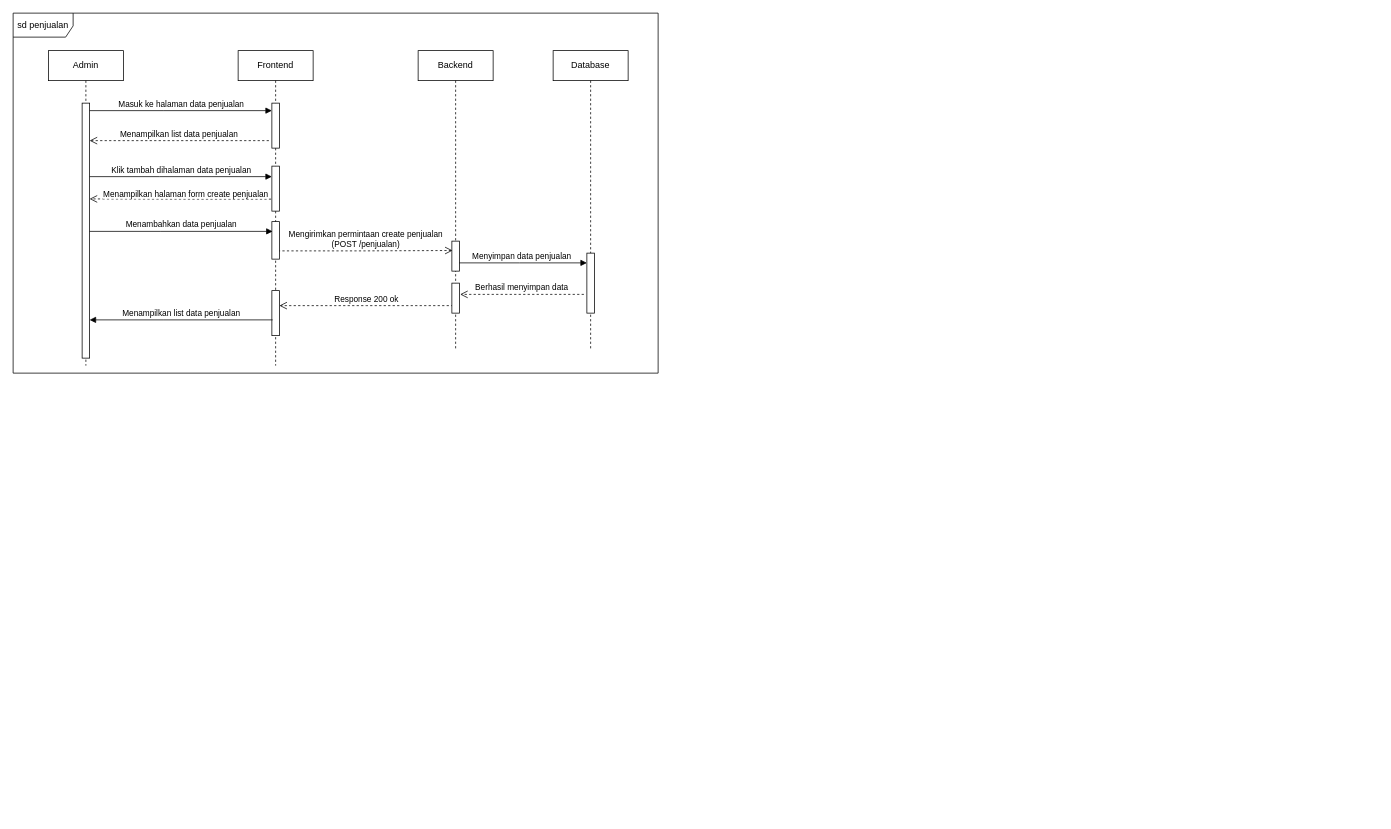
The draw.io diagram page "Halaman-12" (12 of 12) of Sequence.drawio in sintariaulia/Diagram, before the edit. Source tidied: cells renumbered, new cells numbered last; positions are measured from the earlier drawing's top-left corner, leaving out a move shared by most shapes. Both pictures are drawn from the tidied source at 75%, with x=0, y=0 at pixel (13, 13).
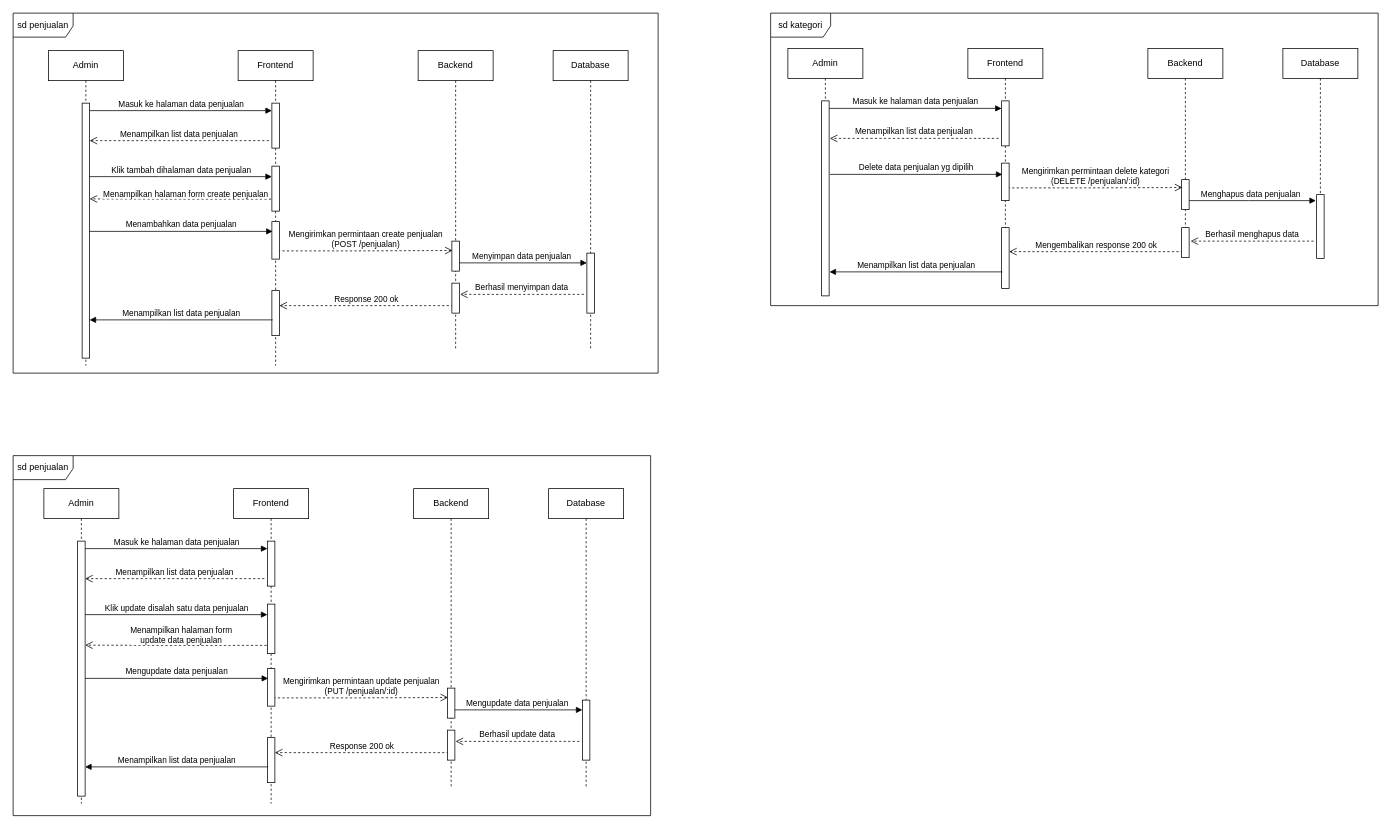
The same page after the edit.

Change to the diagram source:
```diff
@@
+    <mxCell id="25" value="Response 200 ok" style="html=1;verticalAlign=bottom;endArrow=open;dashed=1;endSize=8;edgeStyle=elbowEdgeStyle;elbow=horizontal;curved=0;rounded=0;" parent="1" edge="1">
+      <mxGeometry relative="1" as="geometry">
+        <mxPoint x="581" y="986" as="sourcePoint" />
+        <mxPoint x="349" y="986" as="targetPoint" />
+      </mxGeometry>
+    </mxCell>
+    <mxCell id="26" value="Mengupdate data penjualan" style="html=1;verticalAlign=bottom;endArrow=block;edgeStyle=elbowEdgeStyle;elbow=horizontal;curved=0;rounded=0;" parent="1" edge="1">
+      <mxGeometry relative="1" as="geometry">
+        <mxPoint x="584" y="929" as="sourcePoint" />
+        <mxPoint x="759" y="929" as="targetPoint" />
+        <Array as="points">
+          <mxPoint x="669" y="929" />
+        </Array>
+      </mxGeometry>
+    </mxCell>
+    <mxCell id="27" value="Mengirimkan permintaan update penjualan&lt;br&gt;(PUT /penjualan/:id)" style="html=1;verticalAlign=bottom;endArrow=open;dashed=1;endSize=8;edgeStyle=elbowEdgeStyle;elbow=horizontal;curved=0;rounded=0;entryX=-0.2;entryY=0.37;entryDx=0;entryDy=0;entryPerimeter=0;" parent="1" edge="1">
+      <mxGeometry relative="1" as="geometry">
+        <mxPoint x="347" y="913" as="sourcePoint" />
+        <mxPoint x="580" y="912.5" as="targetPoint" />
+      </mxGeometry>
+    </mxCell>
+    <mxCell id="28" value="Admin" style="shape=umlLifeline;perimeter=lifelinePerimeter;whiteSpace=wrap;html=1;newEdgeStyle={&quot;edgeStyle&quot;:&quot;elbowEdgeStyle&quot;,&quot;elbow&quot;:&quot;vertical&quot;,&quot;curved&quot;:0,&quot;rounded&quot;:0};" parent="1" vertex="1">
+      <mxGeometry x="41" y="634" width="100" height="420" as="geometry" />
+    </mxCell>
+    <mxCell id="29" style="html=1;points=[];perimeter=orthogonalPerimeter;outlineConnect=0;targetShapes=umlLifeline;portConstraint=eastwest;newEdgeStyle={&quot;edgeStyle&quot;:&quot;elbowEdgeStyle&quot;,&quot;elbow&quot;:&quot;vertical&quot;,&quot;curved&quot;:0,&quot;rounded&quot;:0};" parent="28" vertex="1">
+      <mxGeometry x="45" y="70" width="10" height="340" as="geometry" />
+    </mxCell>
+    <mxCell id="30" value="Frontend" style="shape=umlLifeline;perimeter=lifelinePerimeter;whiteSpace=wrap;html=1;newEdgeStyle={&quot;edgeStyle&quot;:&quot;elbowEdgeStyle&quot;,&quot;elbow&quot;:&quot;vertical&quot;,&quot;curved&quot;:0,&quot;rounded&quot;:0};" parent="1" vertex="1">
+      <mxGeometry x="294" y="634" width="100" height="420" as="geometry" />
+    </mxCell>
+    <mxCell id="31" style="html=1;points=[];perimeter=orthogonalPerimeter;outlineConnect=0;targetShapes=umlLifeline;portConstraint=eastwest;newEdgeStyle={&quot;edgeStyle&quot;:&quot;elbowEdgeStyle&quot;,&quot;elbow&quot;:&quot;vertical&quot;,&quot;curved&quot;:0,&quot;rounded&quot;:0};" parent="30" vertex="1">
+      <mxGeometry x="45" y="70" width="10" height="60" as="geometry" />
+    </mxCell>
+    <mxCell id="32" style="html=1;perimeter=orthogonalPerimeter;targetShapes=umlLifeline;newEdgeStyle={&quot;edgeStyle&quot;:&quot;elbowEdgeStyle&quot;,&quot;elbow&quot;:&quot;vertical&quot;,&quot;curved&quot;:0,&quot;rounded&quot;:0};" parent="30" vertex="1">
+      <mxGeometry x="45" y="240" width="10" height="50" as="geometry" />
+    </mxCell>
+    <mxCell id="33" style="html=1;perimeter=orthogonalPerimeter;targetShapes=umlLifeline;newEdgeStyle={&quot;edgeStyle&quot;:&quot;elbowEdgeStyle&quot;,&quot;elbow&quot;:&quot;vertical&quot;,&quot;curved&quot;:0,&quot;rounded&quot;:0};" parent="30" vertex="1">
+      <mxGeometry x="45" y="332" width="10" height="60" as="geometry" />
+    </mxCell>
+    <mxCell id="34" style="html=1;perimeter=orthogonalPerimeter;targetShapes=umlLifeline;newEdgeStyle={&quot;edgeStyle&quot;:&quot;elbowEdgeStyle&quot;,&quot;elbow&quot;:&quot;vertical&quot;,&quot;curved&quot;:0,&quot;rounded&quot;:0};" parent="30" vertex="1">
+      <mxGeometry x="45" y="154" width="10" height="66" as="geometry" />
+    </mxCell>
+    <mxCell id="35" value="Masuk ke halaman data penjualan" style="html=1;verticalAlign=bottom;endArrow=block;edgeStyle=elbowEdgeStyle;elbow=horizontal;curved=0;rounded=0;" parent="1" edge="1" source="29" target="31">
+      <mxGeometry relative="1" as="geometry">
+        <Array as="points">
+          <mxPoint x="194" y="714" />
+        </Array>
+      </mxGeometry>
+    </mxCell>
+    <mxCell id="36" value="Menampilkan halaman form &lt;br&gt;update data penjualan" style="html=1;verticalAlign=bottom;endArrow=open;dashed=1;endSize=8;edgeStyle=elbowEdgeStyle;elbow=horizontal;curved=0;rounded=0;entryX=0.8;entryY=0.399;entryDx=0;entryDy=0;entryPerimeter=0;" parent="1" edge="1">
+      <mxGeometry x="-0.06" y="2" relative="1" as="geometry">
+        <mxPoint x="338" y="843" as="sourcePoint" />
+        <mxPoint x="96" y="842.7" as="targetPoint" />
+      </mxGeometry>
+    </mxCell>
+    <mxCell id="37" value="Backend" style="shape=umlLifeline;perimeter=lifelinePerimeter;whiteSpace=wrap;html=1;newEdgeStyle={&quot;edgeStyle&quot;:&quot;elbowEdgeStyle&quot;,&quot;elbow&quot;:&quot;vertical&quot;,&quot;curved&quot;:0,&quot;rounded&quot;:0};" parent="1" vertex="1">
+      <mxGeometry x="534" y="634" width="100" height="400" as="geometry" />
+    </mxCell>
+    <mxCell id="38" style="html=1;perimeter=orthogonalPerimeter;targetShapes=umlLifeline;newEdgeStyle={&quot;edgeStyle&quot;:&quot;elbowEdgeStyle&quot;,&quot;elbow&quot;:&quot;vertical&quot;,&quot;curved&quot;:0,&quot;rounded&quot;:0};" parent="37" vertex="1">
+      <mxGeometry x="45" y="266" width="10" height="40" as="geometry" />
+    </mxCell>
+    <mxCell id="39" style="html=1;perimeter=orthogonalPerimeter;targetShapes=umlLifeline;newEdgeStyle={&quot;edgeStyle&quot;:&quot;elbowEdgeStyle&quot;,&quot;elbow&quot;:&quot;vertical&quot;,&quot;curved&quot;:0,&quot;rounded&quot;:0};" parent="37" vertex="1">
+      <mxGeometry x="45" y="322" width="10" height="40" as="geometry" />
+    </mxCell>
+    <mxCell id="40" value="Database" style="shape=umlLifeline;perimeter=lifelinePerimeter;whiteSpace=wrap;html=1;newEdgeStyle={&quot;edgeStyle&quot;:&quot;elbowEdgeStyle&quot;,&quot;elbow&quot;:&quot;vertical&quot;,&quot;curved&quot;:0,&quot;rounded&quot;:0};" parent="1" vertex="1">
+      <mxGeometry x="714" y="634" width="100" height="400" as="geometry" />
+    </mxCell>
+    <mxCell id="41" style="html=1;perimeter=orthogonalPerimeter;targetShapes=umlLifeline;newEdgeStyle={&quot;edgeStyle&quot;:&quot;elbowEdgeStyle&quot;,&quot;elbow&quot;:&quot;vertical&quot;,&quot;curved&quot;:0,&quot;rounded&quot;:0};" parent="40" vertex="1">
+      <mxGeometry x="45" y="282" width="10" height="80" as="geometry" />
+    </mxCell>
+    <mxCell id="42" value="Menampilkan list data penjualan" style="html=1;verticalAlign=bottom;endArrow=open;dashed=1;endSize=8;edgeStyle=elbowEdgeStyle;elbow=vertical;curved=0;rounded=0;" parent="1" edge="1" target="29">
+      <mxGeometry relative="1" as="geometry">
+        <mxPoint x="335" y="754" as="sourcePoint" />
+      </mxGeometry>
+    </mxCell>
+    <mxCell id="43" value="Klik update disalah satu data penjualan" style="html=1;verticalAlign=bottom;endArrow=block;edgeStyle=elbowEdgeStyle;elbow=horizontal;curved=0;rounded=0;" parent="1" edge="1" source="29">
+      <mxGeometry relative="1" as="geometry">
+        <mxPoint x="339" y="802" as="targetPoint" />
+        <Array as="points">
+          <mxPoint x="189" y="802" />
+        </Array>
+      </mxGeometry>
+    </mxCell>
+    <mxCell id="44" value="Mengupdate data penjualan" style="html=1;verticalAlign=bottom;endArrow=block;edgeStyle=elbowEdgeStyle;elbow=horizontal;curved=0;rounded=0;" parent="1" edge="1">
+      <mxGeometry relative="1" as="geometry">
+        <mxPoint x="96" y="887" as="sourcePoint" />
+        <mxPoint x="340" y="887" as="targetPoint" />
+        <Array as="points">
+          <mxPoint x="190" y="887" />
+        </Array>
+      </mxGeometry>
+    </mxCell>
+    <mxCell id="45" value="Berhasil update data" style="html=1;verticalAlign=bottom;endArrow=open;dashed=1;endSize=8;edgeStyle=elbowEdgeStyle;elbow=horizontal;curved=0;rounded=0;" parent="1" edge="1">
+      <mxGeometry relative="1" as="geometry">
+        <mxPoint x="755" y="971" as="sourcePoint" />
+        <mxPoint x="590" y="971" as="targetPoint" />
+      </mxGeometry>
+    </mxCell>
+    <mxCell id="46" value="Menampilkan list data penjualan" style="html=1;verticalAlign=bottom;endArrow=block;edgeStyle=elbowEdgeStyle;elbow=horizontal;curved=0;rounded=0;" parent="1" edge="1">
+      <mxGeometry relative="1" as="geometry">
+        <mxPoint x="340" y="1005" as="sourcePoint" />
+        <mxPoint x="96" y="1005" as="targetPoint" />
+        <Array as="points">
+          <mxPoint x="195" y="1005" />
+        </Array>
+      </mxGeometry>
+    </mxCell>
+    <mxCell id="47" value="sd penjualan" style="shape=umlFrame;whiteSpace=wrap;html=1;width=80;height=32;" parent="1" vertex="1">
+      <mxGeometry y="590" width="850" height="480" as="geometry" />
+    </mxCell>
+    <mxCell id="48" value="Mengembalikan response 200 ok" style="html=1;verticalAlign=bottom;endArrow=open;dashed=1;endSize=8;edgeStyle=elbowEdgeStyle;elbow=horizontal;curved=0;rounded=0;" parent="1" edge="1">
+      <mxGeometry relative="1" as="geometry">
+        <mxPoint x="1560" y="318" as="sourcePoint" />
+        <mxPoint x="1328" y="318" as="targetPoint" />
+      </mxGeometry>
+    </mxCell>
+    <mxCell id="49" value="Menghapus data penjualan" style="html=1;verticalAlign=bottom;endArrow=block;edgeStyle=elbowEdgeStyle;elbow=horizontal;curved=0;rounded=0;" parent="1" edge="1">
+      <mxGeometry relative="1" as="geometry">
+        <mxPoint x="1562" y="250" as="sourcePoint" />
+        <mxPoint x="1737" y="250" as="targetPoint" />
+        <Array as="points">
+          <mxPoint x="1647" y="250" />
+        </Array>
+      </mxGeometry>
+    </mxCell>
+    <mxCell id="50" value="Mengirimkan permintaan delete kategori&lt;br&gt;(DELETE /penjualan/:id)" style="html=1;verticalAlign=bottom;endArrow=open;dashed=1;endSize=8;edgeStyle=elbowEdgeStyle;elbow=horizontal;curved=0;rounded=0;entryX=-0.2;entryY=0.37;entryDx=0;entryDy=0;entryPerimeter=0;" parent="1" edge="1">
+      <mxGeometry relative="1" as="geometry">
+        <mxPoint x="1326" y="233" as="sourcePoint" />
+        <mxPoint x="1559" y="232.5" as="targetPoint" />
+      </mxGeometry>
+    </mxCell>
+    <mxCell id="51" value="Admin" style="shape=umlLifeline;perimeter=lifelinePerimeter;whiteSpace=wrap;html=1;newEdgeStyle={&quot;edgeStyle&quot;:&quot;elbowEdgeStyle&quot;,&quot;elbow&quot;:&quot;vertical&quot;,&quot;curved&quot;:0,&quot;rounded&quot;:0};" parent="1" vertex="1">
+      <mxGeometry x="1033" y="47" width="100" height="330" as="geometry" />
+    </mxCell>
+    <mxCell id="52" style="html=1;points=[];perimeter=orthogonalPerimeter;outlineConnect=0;targetShapes=umlLifeline;portConstraint=eastwest;newEdgeStyle={&quot;edgeStyle&quot;:&quot;elbowEdgeStyle&quot;,&quot;elbow&quot;:&quot;vertical&quot;,&quot;curved&quot;:0,&quot;rounded&quot;:0};" parent="51" vertex="1">
+      <mxGeometry x="45" y="70" width="10" height="260" as="geometry" />
+    </mxCell>
+    <mxCell id="53" value="Frontend" style="shape=umlLifeline;perimeter=lifelinePerimeter;whiteSpace=wrap;html=1;newEdgeStyle={&quot;edgeStyle&quot;:&quot;elbowEdgeStyle&quot;,&quot;elbow&quot;:&quot;vertical&quot;,&quot;curved&quot;:0,&quot;rounded&quot;:0};" parent="1" vertex="1">
+      <mxGeometry x="1273" y="47" width="100" height="320" as="geometry" />
+    </mxCell>
+    <mxCell id="54" style="html=1;points=[];perimeter=orthogonalPerimeter;outlineConnect=0;targetShapes=umlLifeline;portConstraint=eastwest;newEdgeStyle={&quot;edgeStyle&quot;:&quot;elbowEdgeStyle&quot;,&quot;elbow&quot;:&quot;vertical&quot;,&quot;curved&quot;:0,&quot;rounded&quot;:0};" parent="53" vertex="1">
+      <mxGeometry x="45" y="70" width="10" height="60" as="geometry" />
+    </mxCell>
+    <mxCell id="55" style="html=1;perimeter=orthogonalPerimeter;targetShapes=umlLifeline;newEdgeStyle={&quot;edgeStyle&quot;:&quot;elbowEdgeStyle&quot;,&quot;elbow&quot;:&quot;vertical&quot;,&quot;curved&quot;:0,&quot;rounded&quot;:0};" parent="53" vertex="1">
+      <mxGeometry x="45" y="153" width="10" height="50" as="geometry" />
+    </mxCell>
+    <mxCell id="56" style="html=1;perimeter=orthogonalPerimeter;targetShapes=umlLifeline;newEdgeStyle={&quot;edgeStyle&quot;:&quot;elbowEdgeStyle&quot;,&quot;elbow&quot;:&quot;vertical&quot;,&quot;curved&quot;:0,&quot;rounded&quot;:0};" parent="53" vertex="1">
+      <mxGeometry x="45" y="239" width="10" height="81" as="geometry" />
+    </mxCell>
+    <mxCell id="57" value="Masuk ke halaman data penjualan" style="html=1;verticalAlign=bottom;endArrow=block;edgeStyle=elbowEdgeStyle;elbow=horizontal;curved=0;rounded=0;" parent="1" edge="1" source="52" target="54">
+      <mxGeometry relative="1" as="geometry">
+        <Array as="points">
+          <mxPoint x="1173" y="127" />
+        </Array>
+      </mxGeometry>
+    </mxCell>
+    <mxCell id="58" value="Backend" style="shape=umlLifeline;perimeter=lifelinePerimeter;whiteSpace=wrap;html=1;newEdgeStyle={&quot;edgeStyle&quot;:&quot;elbowEdgeStyle&quot;,&quot;elbow&quot;:&quot;vertical&quot;,&quot;curved&quot;:0,&quot;rounded&quot;:0};" parent="1" vertex="1">
+      <mxGeometry x="1513" y="47" width="100" height="270" as="geometry" />
+    </mxCell>
+    <mxCell id="59" style="html=1;perimeter=orthogonalPerimeter;targetShapes=umlLifeline;newEdgeStyle={&quot;edgeStyle&quot;:&quot;elbowEdgeStyle&quot;,&quot;elbow&quot;:&quot;vertical&quot;,&quot;curved&quot;:0,&quot;rounded&quot;:0};" parent="58" vertex="1">
+      <mxGeometry x="45" y="175" width="10" height="40" as="geometry" />
+    </mxCell>
+    <mxCell id="60" style="html=1;perimeter=orthogonalPerimeter;targetShapes=umlLifeline;newEdgeStyle={&quot;edgeStyle&quot;:&quot;elbowEdgeStyle&quot;,&quot;elbow&quot;:&quot;vertical&quot;,&quot;curved&quot;:0,&quot;rounded&quot;:0};" parent="58" vertex="1">
+      <mxGeometry x="45" y="239" width="10" height="40" as="geometry" />
+    </mxCell>
+    <mxCell id="61" value="Database" style="shape=umlLifeline;perimeter=lifelinePerimeter;whiteSpace=wrap;html=1;newEdgeStyle={&quot;edgeStyle&quot;:&quot;elbowEdgeStyle&quot;,&quot;elbow&quot;:&quot;vertical&quot;,&quot;curved&quot;:0,&quot;rounded&quot;:0};" parent="1" vertex="1">
+      <mxGeometry x="1693" y="47" width="100" height="280" as="geometry" />
+    </mxCell>
+    <mxCell id="62" style="html=1;perimeter=orthogonalPerimeter;targetShapes=umlLifeline;newEdgeStyle={&quot;edgeStyle&quot;:&quot;elbowEdgeStyle&quot;,&quot;elbow&quot;:&quot;vertical&quot;,&quot;curved&quot;:0,&quot;rounded&quot;:0};" parent="61" vertex="1">
+      <mxGeometry x="45" y="195" width="10" height="85" as="geometry" />
+    </mxCell>
+    <mxCell id="63" value="Menampilkan list data penjualan" style="html=1;verticalAlign=bottom;endArrow=open;dashed=1;endSize=8;edgeStyle=elbowEdgeStyle;elbow=vertical;curved=0;rounded=0;" parent="1" edge="1">
+      <mxGeometry relative="1" as="geometry">
+        <mxPoint x="1314" y="167" as="sourcePoint" />
+        <mxPoint x="1089" y="167" as="targetPoint" />
+      </mxGeometry>
+    </mxCell>
+    <mxCell id="64" value="Delete data penjualan yg dipilih" style="html=1;verticalAlign=bottom;endArrow=block;edgeStyle=elbowEdgeStyle;elbow=horizontal;curved=0;rounded=0;" parent="1" edge="1">
+      <mxGeometry relative="1" as="geometry">
+        <mxPoint x="1089" y="215" as="sourcePoint" />
+        <mxPoint x="1319" y="215" as="targetPoint" />
+        <Array as="points">
+          <mxPoint x="1169" y="215" />
+        </Array>
+      </mxGeometry>
+    </mxCell>
+    <mxCell id="65" value="Berhasil menghapus data" style="html=1;verticalAlign=bottom;endArrow=open;dashed=1;endSize=8;edgeStyle=elbowEdgeStyle;elbow=horizontal;curved=0;rounded=0;" parent="1" edge="1">
+      <mxGeometry relative="1" as="geometry">
+        <mxPoint x="1734" y="304" as="sourcePoint" />
+        <mxPoint x="1570" y="304" as="targetPoint" />
+      </mxGeometry>
+    </mxCell>
+    <mxCell id="66" value="Menampilkan list data penjualan" style="html=1;verticalAlign=bottom;endArrow=block;edgeStyle=elbowEdgeStyle;elbow=horizontal;curved=0;rounded=0;" parent="1" edge="1">
+      <mxGeometry relative="1" as="geometry">
+        <mxPoint x="1319" y="345" as="sourcePoint" />
+        <mxPoint x="1088.5" y="345" as="targetPoint" />
+        <Array as="points">
+          <mxPoint x="1174" y="345" />
+        </Array>
+      </mxGeometry>
+    </mxCell>
+    <mxCell id="67" value="sd kategori" style="shape=umlFrame;whiteSpace=wrap;html=1;width=80;height=32;" parent="1" vertex="1">
+      <mxGeometry x="1010" width="810" height="390" as="geometry" />
+    </mxCell>
```
